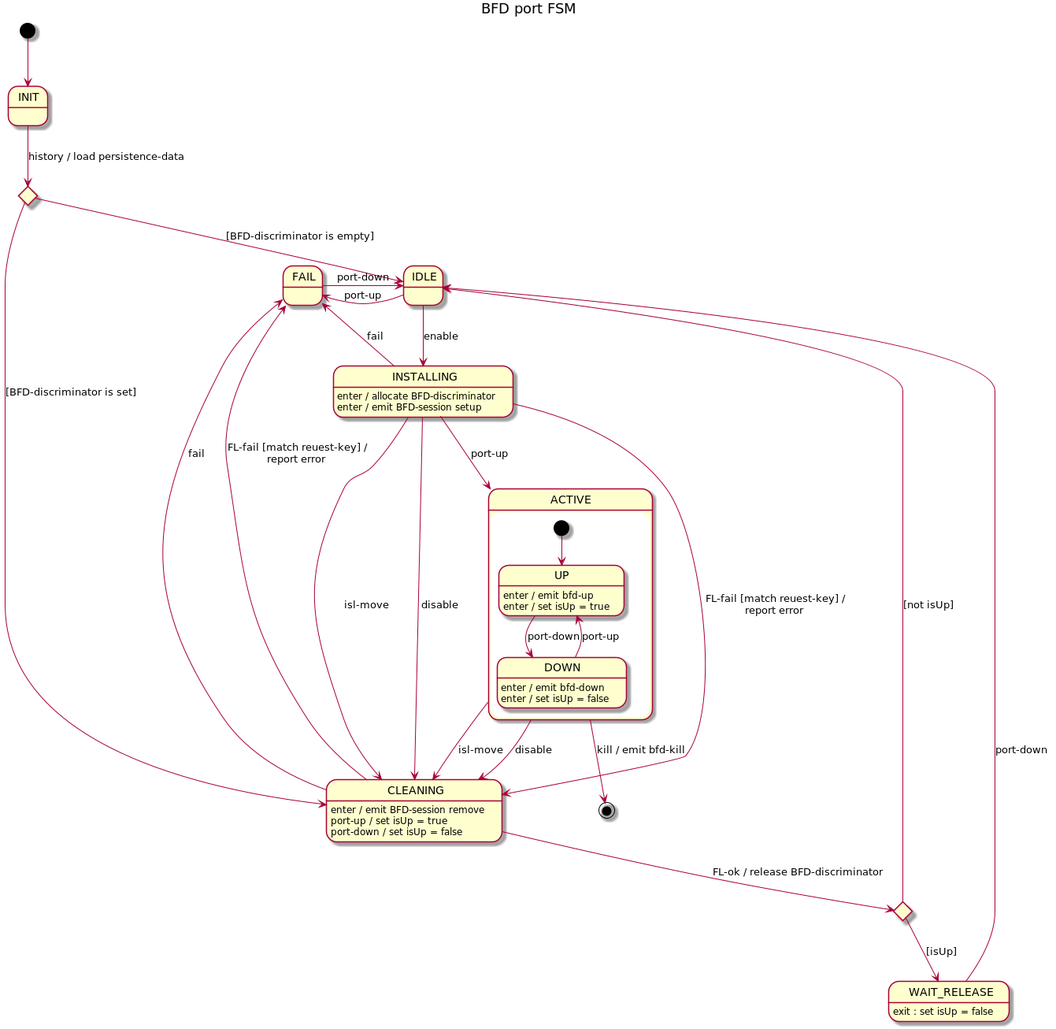
This is docs/design/network-discovery/bfd-port-FSM.png from telstra/open-kilda, a PlantUML export, as it was before one commit.
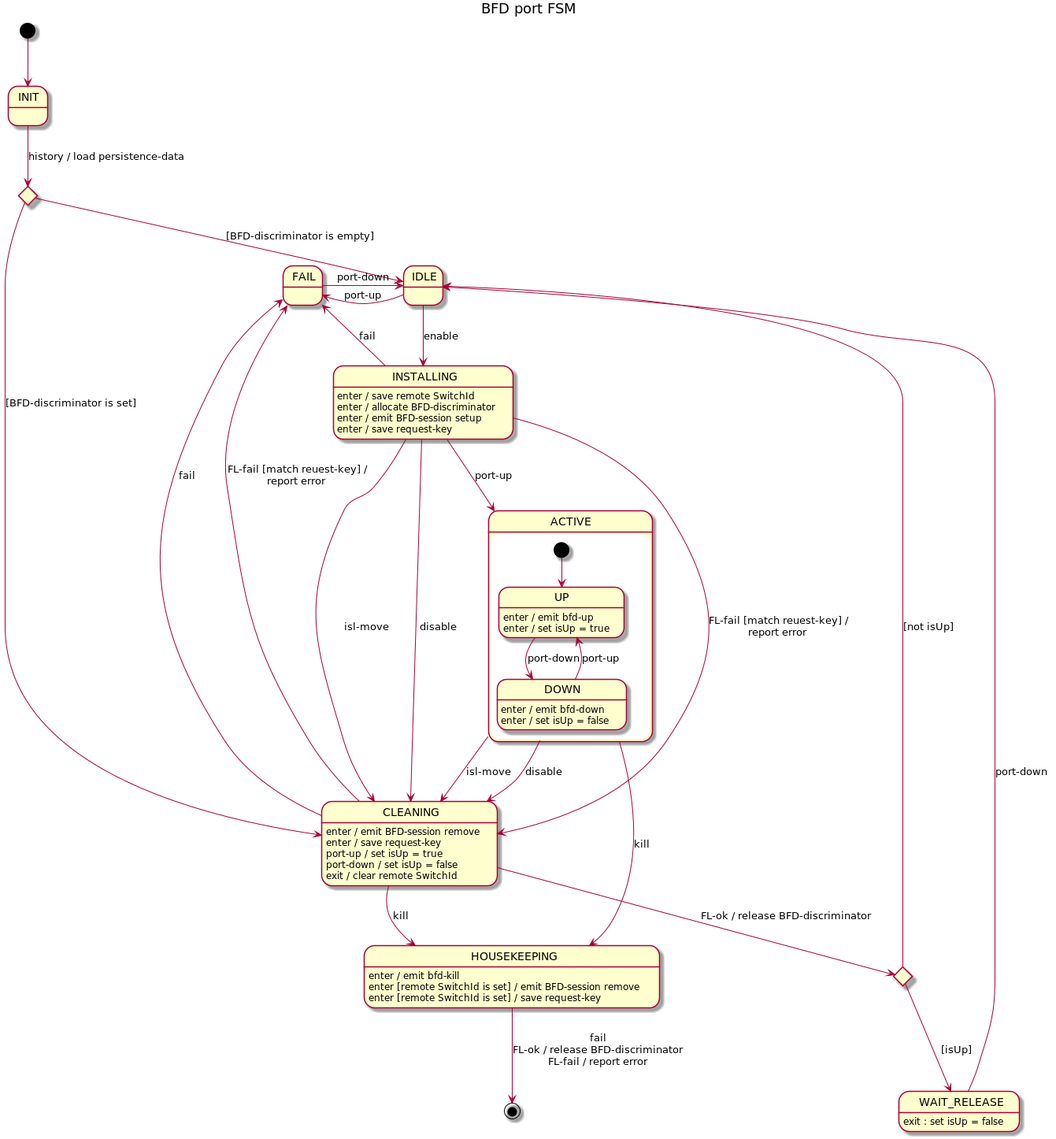
After the commit.

Change to the diagram source:
```diff
@@ -17,17 +17,22 @@
 INSTALLING --> CLEANING : isl-move
 INSTALLING --> CLEANING : disable
 INSTALLING --> FAIL : fail
+INSTALLING : enter / save remote SwitchId
 INSTALLING : enter / allocate BFD-discriminator
 INSTALLING : enter / emit BFD-session setup
+INSTALLING : enter / save request-key
 
 state cleaningChoice <<choice>>
 
 CLEANING --> cleaningChoice : FL-ok / release BFD-discriminator
 CLEANING --> FAIL : FL-fail [match reuest-key] /\nreport error
 CLEANING --> FAIL : fail
+CLEANING --> HOUSEKEEPING : kill
 CLEANING : enter / emit BFD-session remove
+CLEANING : enter / save request-key
 CLEANING : port-up / set isUp = true
 CLEANING : port-down / set isUp = false
+CLEANING : exit / clear remote SwitchId
 
 cleaningChoice --> IDLE : [not isUp]
 cleaningChoice --> WAIT_RELEASE : [isUp]
@@ -48,7 +53,12 @@
 }
 ACTIVE --> CLEANING : isl-move
 ACTIVE --> CLEANING : disable
-ACTIVE --> [*] : kill / emit bfd-kill
+ACTIVE --> HOUSEKEEPING : kill
+
+HOUSEKEEPING : enter / emit bfd-kill
+HOUSEKEEPING : enter [remote SwitchId is set] / emit BFD-session remove
+HOUSEKEEPING : enter [remote SwitchId is set] / save request-key
+HOUSEKEEPING --> [*] : fail\nFL-ok / release BFD-discriminator\nFL-fail / report error
 
 FAIL -r-> IDLE : port-down
 
```
